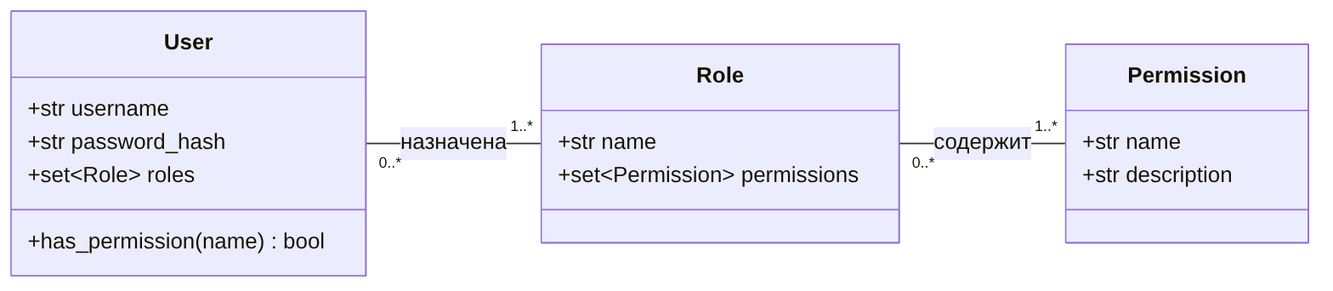
Above: diagram.png in krglmaria/internet-shop (Mermaid), before the change. Its source is kept beside it as diagram.mmd.
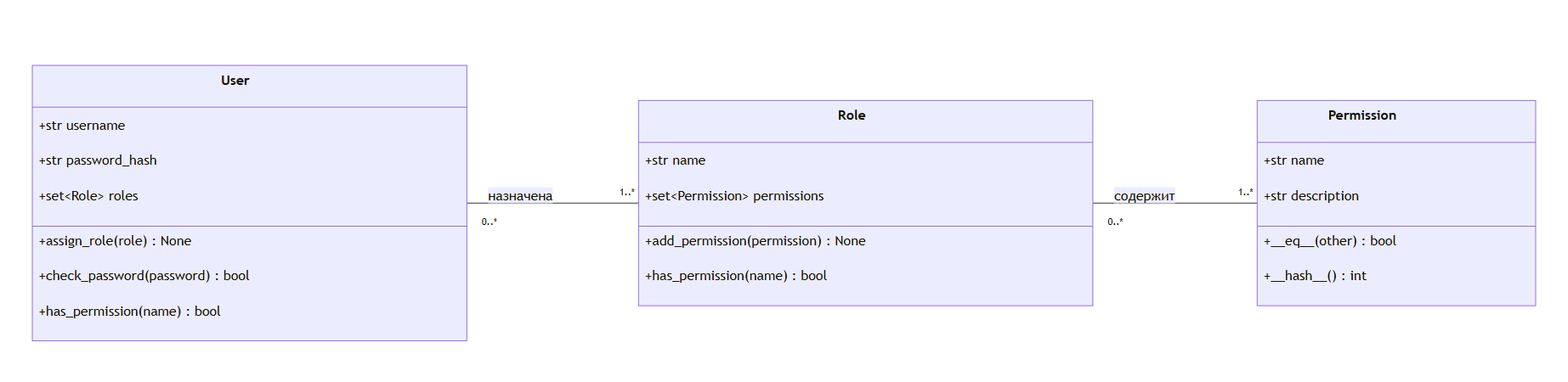
The same diagram one commit later.

Commit message:
Переход на rbac.py Вики: удалена заглушка, обработка RBACConfigError, новые скриншоты и диаграмма с методами

The edit, as a diff of the source:
```diff
@@ -4,15 +4,21 @@
         +str username
         +str password_hash
         +set~Role~ roles
+        +assign_role(role) None
+        +check_password(password) bool
         +has_permission(name) bool
     }
     class Role {
         +str name
         +set~Permission~ permissions
+        +add_permission(permission) None
+        +has_permission(name) bool
     }
     class Permission {
         +str name
         +str description
+        +__eq__(other) bool
+        +__hash__() int
     }
     User "0..*" -- "1..*" Role : назначена
     Role "0..*" -- "1..*" Permission : содержит
```
